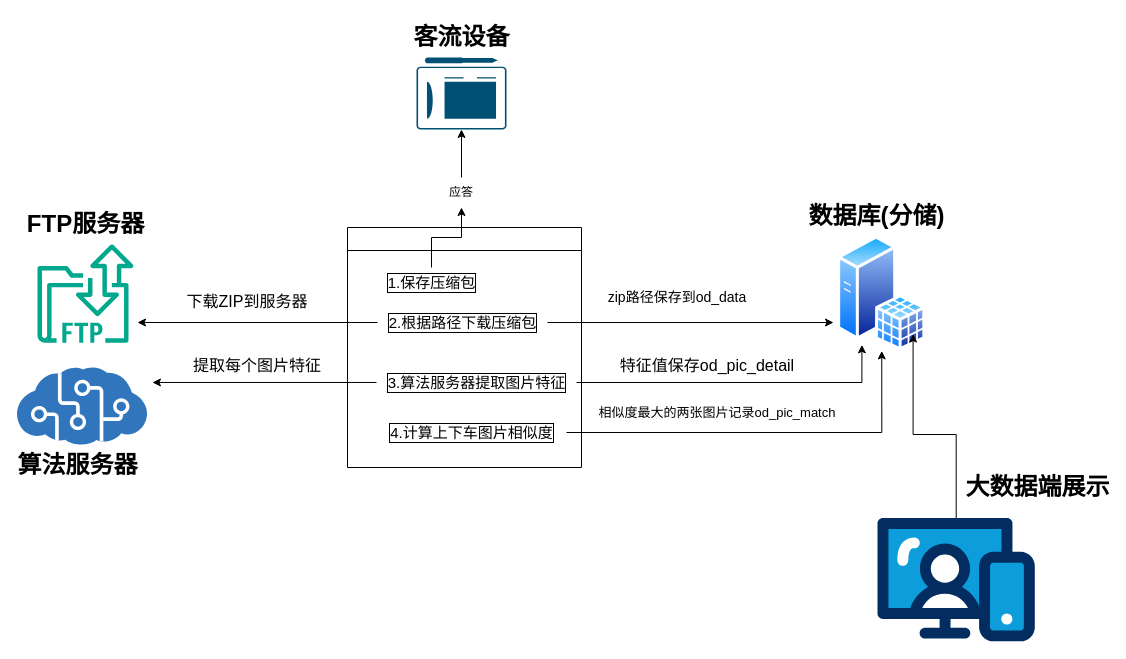
Earlier version of the draw.io diagram ODServer.drawio (yupeng2015/draw). Source tidied: cells renumbered, new cells numbered last; positions are measured from the earlier drawing's top-left corner, leaving out a move shared by most shapes. Both pictures are drawn from the tidied source at 100%, with x=0, y=0 at pixel (17, 17).
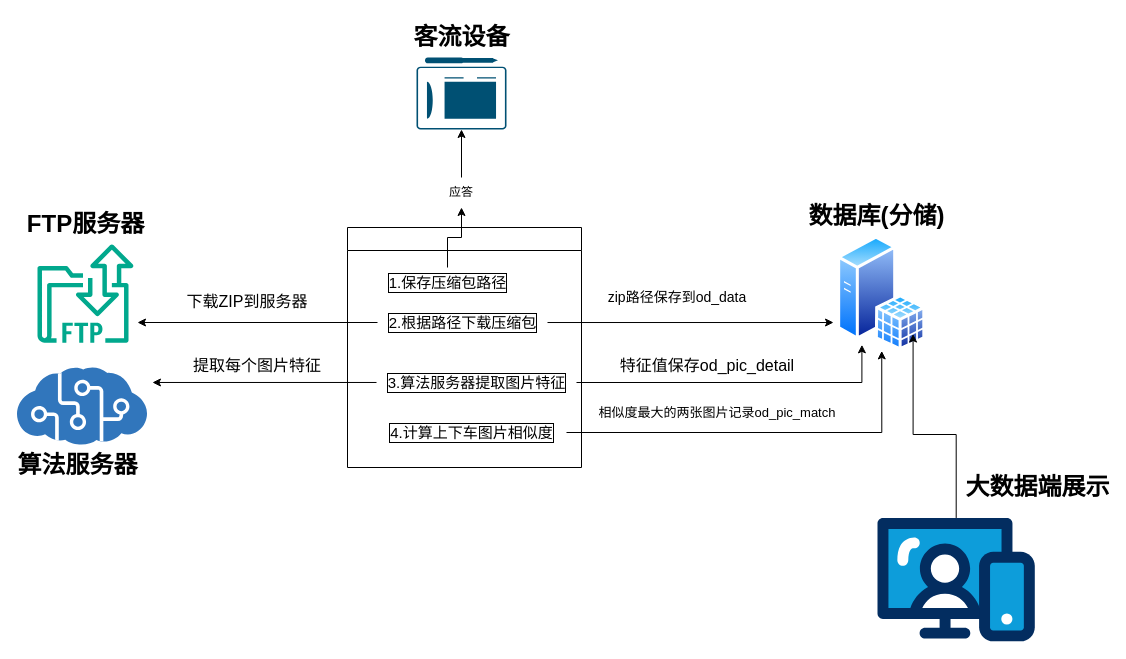
The same page after the edit.

Unchanged cells that the change refers to:
```xml
<mxCell id="6" style="swimlane;whiteSpace=wrap;html=1;startSize=23;" parent="1" vertex="1">
  <mxGeometry x="330" y="210" width="234" height="240" as="geometry" />
</mxCell>
```

Diff of the diagram source:
```diff
@@
-    <mxCell id="7" value="&lt;font style=&quot;font-size: 15px;&quot;&gt;1.保存压缩包&lt;/font&gt;" style="text;html=1;align=center;verticalAlign=middle;points=[];strokeColor=none;fillColor=none;labelBorderColor=default;" parent="6" vertex="1">
-      <mxGeometry x="29" y="40" width="110" height="30" as="geometry" />
+    <mxCell id="7" value="&lt;font style=&quot;font-size: 15px;&quot;&gt;1.保存压缩包路径&lt;/font&gt;" style="text;html=1;align=center;verticalAlign=middle;points=[];strokeColor=none;fillColor=none;labelBorderColor=default;" parent="6" vertex="1">
+      <mxGeometry x="30" y="40" width="140" height="30" as="geometry" />
     </mxCell>
```
